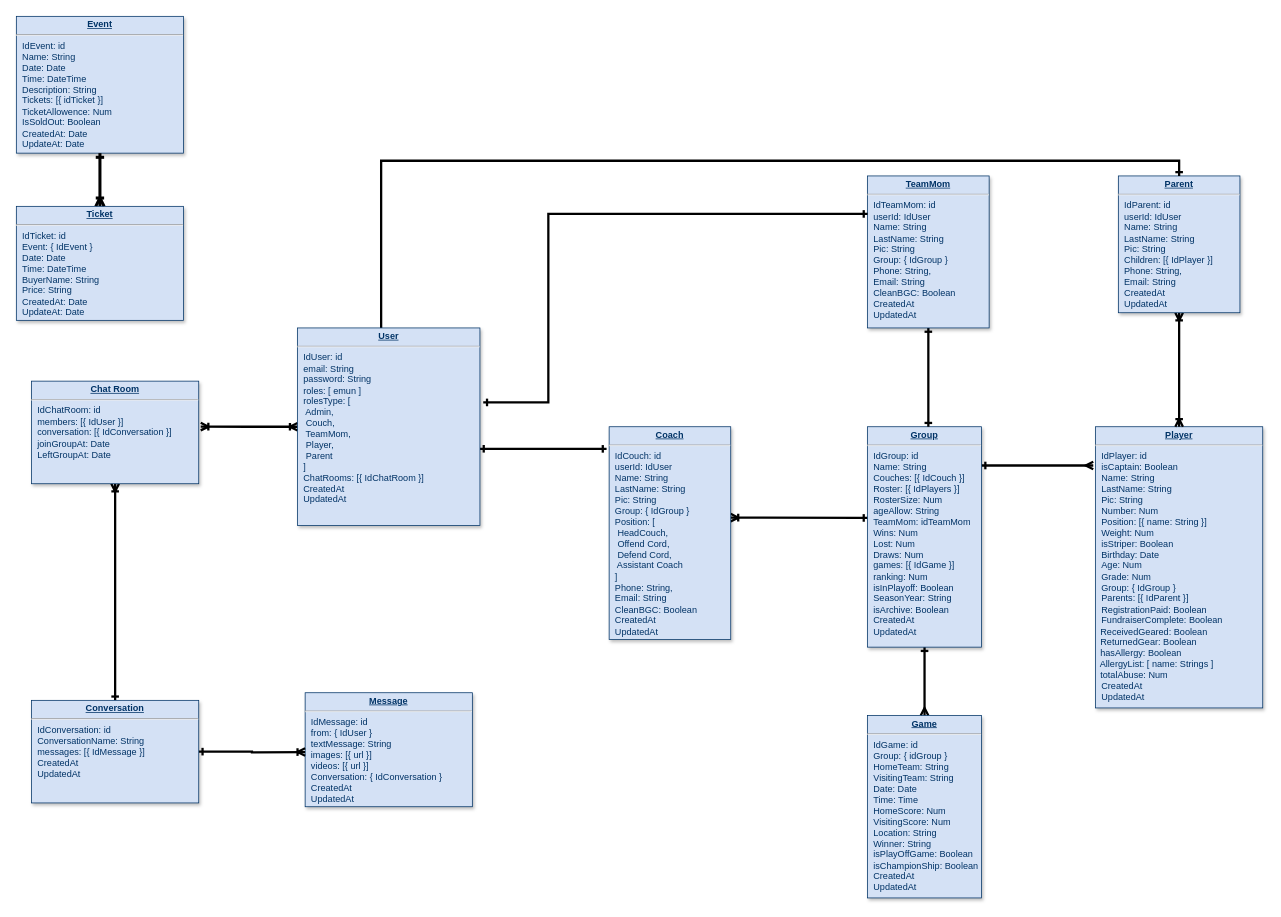
Before: charts/erd.drawio in mnebot86/npjets-backend, a draw.io diagram. Source tidied: cells renumbered, new cells numbered last; positions are measured from the earlier drawing's top-left corner, leaving out a move shared by most shapes. Both pictures are drawn from the tidied source at 76%, with x=0, y=0 at pixel (16, 16).
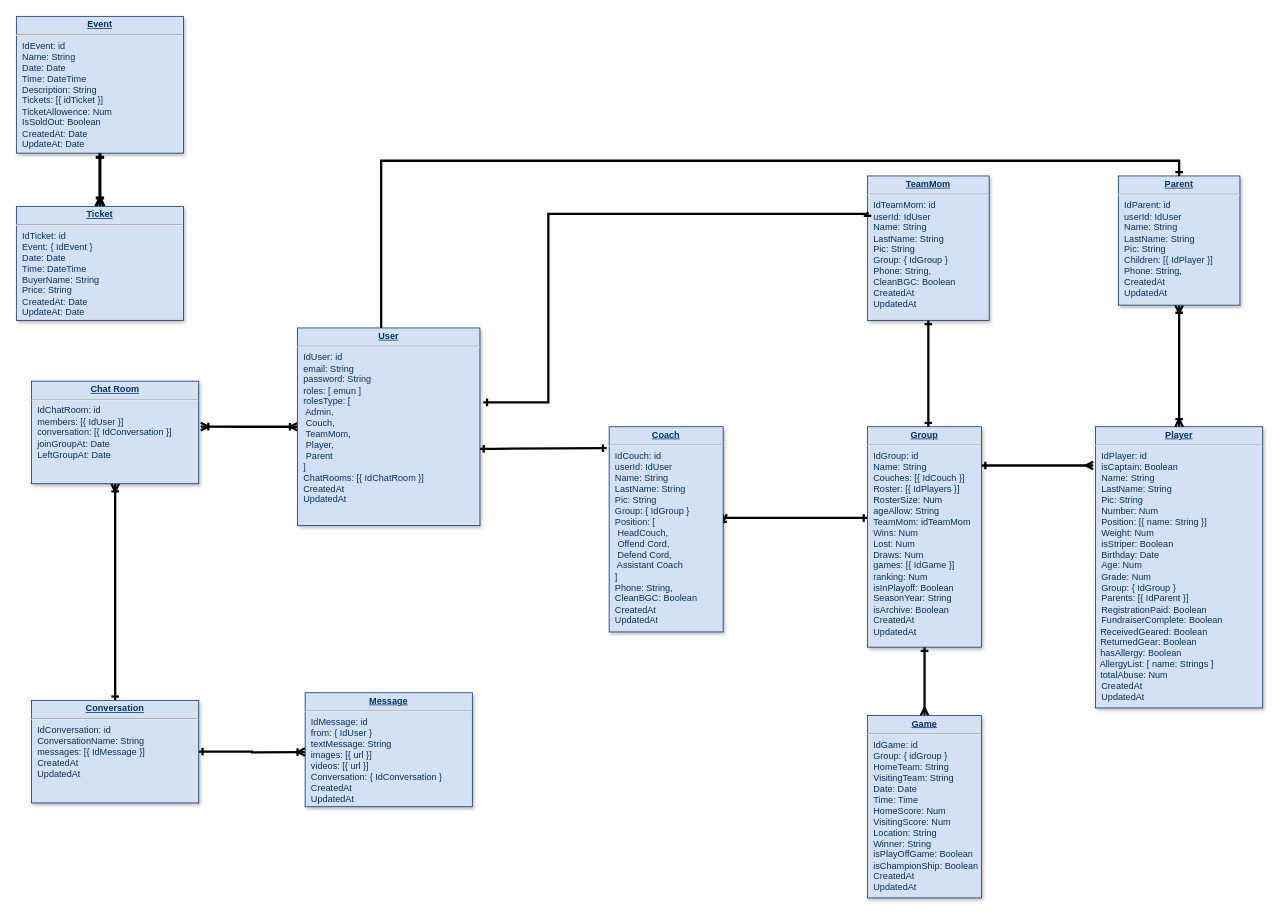
The same page after the edit.

Commit message (it also covers changes not shown here):
Update group field to Coach Model

Change to the diagram source:
```diff
@@
-    <mxCell id="7" value="&lt;p style=&quot;margin: 0px ; margin-top: 4px ; text-align: center ; text-decoration: underline&quot;&gt;&lt;b&gt;Coach&lt;/b&gt;&lt;/p&gt;&lt;hr&gt;&lt;p style=&quot;margin: 0px ; margin-left: 8px&quot;&gt;IdCouch: id&lt;/p&gt;&lt;p style=&quot;margin: 0px ; margin-left: 8px&quot;&gt;userId: IdUser&lt;/p&gt;&lt;p style=&quot;margin: 0px ; margin-left: 8px&quot;&gt;Name: String&lt;/p&gt;&lt;p style=&quot;margin: 0px ; margin-left: 8px&quot;&gt;LastName: String&lt;/p&gt;&lt;p style=&quot;margin: 0px ; margin-left: 8px&quot;&gt;Pic: String&lt;/p&gt;&lt;p style=&quot;margin: 0px ; margin-left: 8px&quot;&gt;Group: { IdGroup }&lt;/p&gt;&lt;p style=&quot;margin: 0px ; margin-left: 8px&quot;&gt;Position: [&amp;nbsp;&lt;/p&gt;&lt;p style=&quot;margin: 0px ; margin-left: 8px&quot;&gt;&lt;span style=&quot;white-space: pre&quot;&gt; &lt;/span&gt;HeadCouch,&amp;nbsp;&lt;/p&gt;&lt;p style=&quot;margin: 0px ; margin-left: 8px&quot;&gt;&lt;span style=&quot;white-space: pre&quot;&gt; &lt;/span&gt;Offend Cord,&amp;nbsp;&lt;/p&gt;&lt;p style=&quot;margin: 0px ; margin-left: 8px&quot;&gt;&lt;span style=&quot;white-space: pre&quot;&gt; &lt;/span&gt;Defend Cord,&amp;nbsp;&lt;/p&gt;&lt;p style=&quot;margin: 0px ; margin-left: 8px&quot;&gt;&lt;span style=&quot;white-space: pre&quot;&gt; &lt;/span&gt;Assistant Coach&lt;/p&gt;&lt;p style=&quot;margin: 0px ; margin-left: 8px&quot;&gt;&lt;span&gt;]&lt;/span&gt;&lt;/p&gt;&lt;p style=&quot;margin: 0px ; margin-left: 8px&quot;&gt;Phone: String,&lt;/p&gt;&lt;p style=&quot;margin: 0px ; margin-left: 8px&quot;&gt;Email: String&lt;/p&gt;&lt;p style=&quot;margin: 0px ; margin-left: 8px&quot;&gt;CleanBGC: Boolean&lt;/p&gt;&lt;p style=&quot;margin: 0px ; margin-left: 8px&quot;&gt;&lt;span&gt;CreatedAt&lt;/span&gt;&lt;br&gt;&lt;/p&gt;&lt;p style=&quot;margin: 0px ; margin-left: 8px&quot;&gt;UpdatedAt&lt;/p&gt;" style="verticalAlign=top;align=left;overflow=fill;fontSize=12;fontFamily=Helvetica;html=1;strokeColor=#003366;shadow=1;fillColor=#D4E1F5;fontColor=#003366;" parent="1" vertex="1">
-      <mxGeometry x="780" y="540" width="160" height="280" as="geometry" />
+    <mxCell id="7" value="&lt;p style=&quot;margin: 0px ; margin-top: 4px ; text-align: center ; text-decoration: underline&quot;&gt;&lt;b&gt;Coach&lt;/b&gt;&lt;/p&gt;&lt;hr&gt;&lt;p style=&quot;margin: 0px ; margin-left: 8px&quot;&gt;IdCouch: id&lt;/p&gt;&lt;p style=&quot;margin: 0px ; margin-left: 8px&quot;&gt;userId: IdUser&lt;/p&gt;&lt;p style=&quot;margin: 0px ; margin-left: 8px&quot;&gt;Name: String&lt;/p&gt;&lt;p style=&quot;margin: 0px ; margin-left: 8px&quot;&gt;LastName: String&lt;/p&gt;&lt;p style=&quot;margin: 0px ; margin-left: 8px&quot;&gt;Pic: String&lt;/p&gt;&lt;p style=&quot;margin: 0px ; margin-left: 8px&quot;&gt;Group: { IdGroup }&lt;/p&gt;&lt;p style=&quot;margin: 0px ; margin-left: 8px&quot;&gt;Position: [&amp;nbsp;&lt;/p&gt;&lt;p style=&quot;margin: 0px ; margin-left: 8px&quot;&gt;&lt;span style=&quot;white-space: pre&quot;&gt; &lt;/span&gt;HeadCouch,&amp;nbsp;&lt;/p&gt;&lt;p style=&quot;margin: 0px ; margin-left: 8px&quot;&gt;&lt;span style=&quot;white-space: pre&quot;&gt; &lt;/span&gt;Offend Cord,&amp;nbsp;&lt;/p&gt;&lt;p style=&quot;margin: 0px ; margin-left: 8px&quot;&gt;&lt;span style=&quot;white-space: pre&quot;&gt; &lt;/span&gt;Defend Cord,&amp;nbsp;&lt;/p&gt;&lt;p style=&quot;margin: 0px ; margin-left: 8px&quot;&gt;&lt;span style=&quot;white-space: pre&quot;&gt; &lt;/span&gt;Assistant Coach&lt;/p&gt;&lt;p style=&quot;margin: 0px ; margin-left: 8px&quot;&gt;&lt;span&gt;]&lt;/span&gt;&lt;/p&gt;&lt;p style=&quot;margin: 0px ; margin-left: 8px&quot;&gt;Phone: String,&lt;/p&gt;&lt;p style=&quot;margin: 0px ; margin-left: 8px&quot;&gt;&lt;span&gt;CleanBGC: Boolean&lt;/span&gt;&lt;br&gt;&lt;/p&gt;&lt;p style=&quot;margin: 0px ; margin-left: 8px&quot;&gt;&lt;span&gt;CreatedAt&lt;/span&gt;&lt;br&gt;&lt;/p&gt;&lt;p style=&quot;margin: 0px ; margin-left: 8px&quot;&gt;UpdatedAt&lt;/p&gt;" style="verticalAlign=top;align=left;overflow=fill;fontSize=12;fontFamily=Helvetica;html=1;strokeColor=#003366;shadow=1;fillColor=#D4E1F5;fontColor=#003366;" parent="1" vertex="1">
+      <mxGeometry x="780" y="540" width="150" height="270" as="geometry" />
     </mxCell>
@@
-    <mxCell id="10" value="&lt;p style=&quot;margin: 0px; margin-top: 4px; text-align: center; text-decoration: underline;&quot;&gt;&lt;b&gt;TeamMom&lt;/b&gt;&lt;/p&gt;&lt;hr&gt;&lt;p style=&quot;margin: 0px; margin-left: 8px;&quot;&gt;IdTeamMom: id&lt;/p&gt;&lt;p style=&quot;margin: 0px; margin-left: 8px;&quot;&gt;userId: IdUser&lt;/p&gt;&lt;p style=&quot;margin: 0px; margin-left: 8px;&quot;&gt;Name: String&lt;/p&gt;&lt;p style=&quot;margin: 0px; margin-left: 8px;&quot;&gt;LastName: String&lt;/p&gt;&lt;p style=&quot;margin: 0px; margin-left: 8px;&quot;&gt;Pic: String&lt;/p&gt;&lt;p style=&quot;margin: 0px; margin-left: 8px;&quot;&gt;Group: { IdGroup }&lt;/p&gt;&lt;p style=&quot;margin: 0px; margin-left: 8px;&quot;&gt;Phone: String,&lt;/p&gt;&lt;p style=&quot;margin: 0px; margin-left: 8px;&quot;&gt;Email: String&lt;/p&gt;&lt;p style=&quot;margin: 0px; margin-left: 8px;&quot;&gt;CleanBGC: Boolean&lt;/p&gt;&lt;p style=&quot;margin: 0px; margin-left: 8px;&quot;&gt;&lt;span style=&quot;background-color: initial;&quot;&gt;CreatedAt&lt;/span&gt;&lt;br&gt;&lt;/p&gt;&lt;p style=&quot;margin: 0px; margin-left: 8px;&quot;&gt;UpdatedAt&lt;/p&gt;" style="verticalAlign=top;align=left;overflow=fill;fontSize=12;fontFamily=Helvetica;html=1;strokeColor=#003366;shadow=1;fillColor=#D4E1F5;fontColor=#003366;" parent="1" vertex="1">
-      <mxGeometry x="1120" y="210" width="160" height="200" as="geometry" />
+    <mxCell id="10" value="&lt;p style=&quot;margin: 0px ; margin-top: 4px ; text-align: center ; text-decoration: underline&quot;&gt;&lt;b&gt;TeamMom&lt;/b&gt;&lt;/p&gt;&lt;hr&gt;&lt;p style=&quot;margin: 0px ; margin-left: 8px&quot;&gt;IdTeamMom: id&lt;/p&gt;&lt;p style=&quot;margin: 0px ; margin-left: 8px&quot;&gt;userId: IdUser&lt;/p&gt;&lt;p style=&quot;margin: 0px ; margin-left: 8px&quot;&gt;Name: String&lt;/p&gt;&lt;p style=&quot;margin: 0px ; margin-left: 8px&quot;&gt;LastName: String&lt;/p&gt;&lt;p style=&quot;margin: 0px ; margin-left: 8px&quot;&gt;Pic: String&lt;/p&gt;&lt;p style=&quot;margin: 0px ; margin-left: 8px&quot;&gt;Group: { IdGroup }&lt;/p&gt;&lt;p style=&quot;margin: 0px ; margin-left: 8px&quot;&gt;Phone: String,&lt;/p&gt;&lt;p style=&quot;margin: 0px ; margin-left: 8px&quot;&gt;&lt;span&gt;CleanBGC: Boolean&lt;/span&gt;&lt;br&gt;&lt;/p&gt;&lt;p style=&quot;margin: 0px ; margin-left: 8px&quot;&gt;&lt;span&gt;CreatedAt&lt;/span&gt;&lt;br&gt;&lt;/p&gt;&lt;p style=&quot;margin: 0px ; margin-left: 8px&quot;&gt;UpdatedAt&lt;/p&gt;" style="verticalAlign=top;align=left;overflow=fill;fontSize=12;fontFamily=Helvetica;html=1;strokeColor=#003366;shadow=1;fillColor=#D4E1F5;fontColor=#003366;" parent="1" vertex="1">
+      <mxGeometry x="1120" y="210" width="160" height="190" as="geometry" />
     </mxCell>
@@
-    <mxCell id="12" value="&lt;p style=&quot;margin: 0px; margin-top: 4px; text-align: center; text-decoration: underline;&quot;&gt;&lt;b&gt;Parent&lt;/b&gt;&lt;/p&gt;&lt;hr&gt;&lt;p style=&quot;margin: 0px; margin-left: 8px;&quot;&gt;IdParent: id&lt;/p&gt;&lt;p style=&quot;margin: 0px; margin-left: 8px;&quot;&gt;userId: IdUser&lt;/p&gt;&lt;p style=&quot;margin: 0px; margin-left: 8px;&quot;&gt;Name: String&lt;/p&gt;&lt;p style=&quot;margin: 0px; margin-left: 8px;&quot;&gt;LastName: String&lt;/p&gt;&lt;p style=&quot;margin: 0px; margin-left: 8px;&quot;&gt;Pic: String&lt;/p&gt;&lt;p style=&quot;margin: 0px; margin-left: 8px;&quot;&gt;Children: [{ IdPlayer }]&lt;/p&gt;&lt;p style=&quot;margin: 0px; margin-left: 8px;&quot;&gt;Phone: String,&lt;/p&gt;&lt;p style=&quot;margin: 0px; margin-left: 8px;&quot;&gt;Email: String&lt;/p&gt;&lt;p style=&quot;margin: 0px; margin-left: 8px;&quot;&gt;&lt;span style=&quot;background-color: initial;&quot;&gt;CreatedAt&lt;/span&gt;&lt;br&gt;&lt;/p&gt;&lt;p style=&quot;margin: 0px; margin-left: 8px;&quot;&gt;UpdatedAt&lt;/p&gt;" style="verticalAlign=top;align=left;overflow=fill;fontSize=12;fontFamily=Helvetica;html=1;strokeColor=#003366;shadow=1;fillColor=#D4E1F5;fontColor=#003366;" parent="1" vertex="1">
-      <mxGeometry x="1450" y="210" width="160" height="180" as="geometry" />
+    <mxCell id="12" value="&lt;p style=&quot;margin: 0px ; margin-top: 4px ; text-align: center ; text-decoration: underline&quot;&gt;&lt;b&gt;Parent&lt;/b&gt;&lt;/p&gt;&lt;hr&gt;&lt;p style=&quot;margin: 0px ; margin-left: 8px&quot;&gt;IdParent: id&lt;/p&gt;&lt;p style=&quot;margin: 0px ; margin-left: 8px&quot;&gt;userId: IdUser&lt;/p&gt;&lt;p style=&quot;margin: 0px ; margin-left: 8px&quot;&gt;Name: String&lt;/p&gt;&lt;p style=&quot;margin: 0px ; margin-left: 8px&quot;&gt;LastName: String&lt;/p&gt;&lt;p style=&quot;margin: 0px ; margin-left: 8px&quot;&gt;Pic: String&lt;/p&gt;&lt;p style=&quot;margin: 0px ; margin-left: 8px&quot;&gt;Children: [{ IdPlayer }]&lt;/p&gt;&lt;p style=&quot;margin: 0px ; margin-left: 8px&quot;&gt;Phone: String,&lt;/p&gt;&lt;p style=&quot;margin: 0px ; margin-left: 8px&quot;&gt;&lt;span&gt;CreatedAt&lt;/span&gt;&lt;br&gt;&lt;/p&gt;&lt;p style=&quot;margin: 0px ; margin-left: 8px&quot;&gt;UpdatedAt&lt;/p&gt;" style="verticalAlign=top;align=left;overflow=fill;fontSize=12;fontFamily=Helvetica;html=1;strokeColor=#003366;shadow=1;fillColor=#D4E1F5;fontColor=#003366;" parent="1" vertex="1">
+      <mxGeometry x="1450" y="210" width="160" height="170" as="geometry" />
     </mxCell>
```
